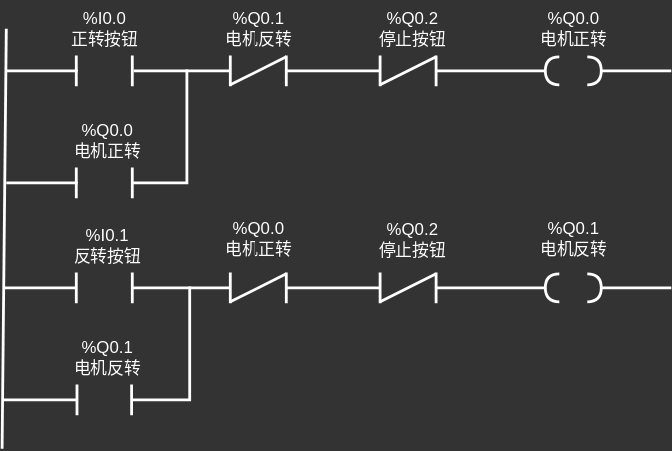
Earlier version of the draw.io export drawio/ZhengFanZhuan.svg (Stolorzs/Picgo). Source tidied: cells renumbered, new cells last; positions are measured from the earlier drawing's top-left corner, leaving out a move shared by most shapes.
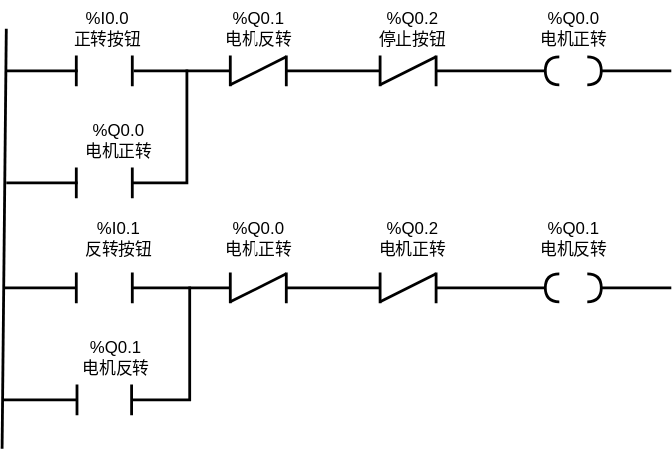
Later version of the same file.

Diff of the diagram source:
```diff
@@ -1,157 +1,157 @@
-<mxGraphModel background="#333333">
+<mxGraphModel background="#FFFFFF">
   <root>
     <mxCell id="0" />
     <mxCell id="1" parent="0" />
-    <mxCell id="2" style="shape=partialRectangle;whiteSpace=wrap;html=1;bottom=0;top=0;fillColor=none;strokeWidth=2;strokeColor=#FFFFFF;fontColor=#FFFFFF;" parent="1" vertex="1">
+    <mxCell id="2" style="shape=partialRectangle;whiteSpace=wrap;html=1;bottom=0;top=0;fillColor=none;strokeWidth=2;" parent="1" vertex="1">
       <mxGeometry x="53" y="40" width="40" height="20" as="geometry" />
     </mxCell>
-    <mxCell id="3" style="line;strokeWidth=2;html=1;strokeColor=#FFFFFF;fontColor=#FFFFFF;" parent="1" vertex="1">
+    <mxCell id="3" style="line;strokeWidth=2;html=1;" parent="1" vertex="1">
       <mxGeometry x="3" y="45" width="51" height="10" as="geometry" />
     </mxCell>
-    <mxCell id="4" value="&lt;div&gt;%I0.0&lt;/div&gt;正转按钮" style="text;html=1;align=center;verticalAlign=middle;strokeColor=none;fillColor=none;fontColor=#FFFFFF;" parent="1" vertex="1">
-      <mxGeometry x="38" width="70" height="40" as="geometry" />
+    <mxCell id="4" value="&lt;div&gt;%I0.0&lt;/div&gt;正转按钮" style="text;html=1;align=center;verticalAlign=middle;strokeColor=none;fillColor=none;" parent="1" vertex="1">
+      <mxGeometry x="40" width="70" height="40" as="geometry" />
     </mxCell>
-    <mxCell id="5" style="group;strokeColor=none;fontColor=#FFFFFF;" parent="1" vertex="1">
+    <mxCell id="5" style="group;" parent="1" vertex="1">
       <mxGeometry x="163" y="40" width="40" height="20" as="geometry" />
     </mxCell>
-    <mxCell id="6" style="shape=partialRectangle;whiteSpace=wrap;html=1;bottom=0;top=0;fillColor=none;strokeWidth=2;strokeColor=#FFFFFF;fontColor=#FFFFFF;" parent="5" vertex="1">
+    <mxCell id="6" style="shape=partialRectangle;whiteSpace=wrap;html=1;bottom=0;top=0;fillColor=none;strokeWidth=2;" parent="5" vertex="1">
       <mxGeometry width="40" height="20" as="geometry" />
     </mxCell>
-    <mxCell id="7" style="endArrow=none;html=1;rounded=0;strokeWidth=2;entryX=1;entryY=0;entryDx=0;entryDy=0;strokeColor=#FFFFFF;fontColor=#FFFFFF;" parent="5" edge="1" target="6">
+    <mxCell id="7" style="endArrow=none;html=1;rounded=0;strokeWidth=2;entryX=1;entryY=0;entryDx=0;entryDy=0;" parent="5" edge="1" target="6">
       <mxGeometry relative="1" as="geometry">
         <mxPoint y="20" as="sourcePoint" />
       </mxGeometry>
     </mxCell>
-    <mxCell id="8" style="line;strokeWidth=2;html=1;strokeColor=#FFFFFF;fontColor=#FFFFFF;" parent="1" vertex="1">
+    <mxCell id="8" style="line;strokeWidth=2;html=1;" parent="1" vertex="1">
       <mxGeometry x="94" y="45" width="69" height="10" as="geometry" />
     </mxCell>
-    <mxCell id="9" value="&lt;div&gt;%Q0.1&lt;/div&gt;电机反转" style="text;html=1;align=center;verticalAlign=middle;strokeColor=none;fillColor=none;fontColor=#FFFFFF;" parent="1" vertex="1">
+    <mxCell id="9" value="&lt;div&gt;%Q0.1&lt;/div&gt;电机反转" style="text;html=1;align=center;verticalAlign=middle;strokeColor=none;fillColor=none;" parent="1" vertex="1">
       <mxGeometry x="148" width="70" height="40" as="geometry" />
     </mxCell>
-    <mxCell id="10" style="line;strokeWidth=2;html=1;strokeColor=#FFFFFF;fontColor=#FFFFFF;" parent="1" vertex="1">
+    <mxCell id="10" style="line;strokeWidth=2;html=1;" parent="1" vertex="1">
       <mxGeometry x="203" y="45" width="67" height="10" as="geometry" />
     </mxCell>
-    <mxCell id="11" style="endArrow=none;html=1;rounded=0;strokeWidth=2;strokeColor=#FFFFFF;fontColor=#FFFFFF;" parent="1" edge="1">
+    <mxCell id="11" style="endArrow=none;html=1;rounded=0;strokeWidth=2;" parent="1" edge="1">
       <mxGeometry relative="1" as="geometry">
         <mxPoint y="320" as="sourcePoint" />
         <mxPoint x="3" y="20" as="targetPoint" />
       </mxGeometry>
     </mxCell>
-    <mxCell id="12" style="group;strokeColor=none;fontColor=#FFFFFF;" parent="1" vertex="1">
+    <mxCell id="12" style="group;" parent="1" vertex="1">
       <mxGeometry x="270" y="40" width="40" height="20" as="geometry" />
     </mxCell>
-    <mxCell id="13" style="shape=partialRectangle;whiteSpace=wrap;html=1;bottom=0;top=0;fillColor=none;strokeWidth=2;strokeColor=#FFFFFF;fontColor=#FFFFFF;" parent="12" vertex="1">
+    <mxCell id="13" style="shape=partialRectangle;whiteSpace=wrap;html=1;bottom=0;top=0;fillColor=none;strokeWidth=2;" parent="12" vertex="1">
       <mxGeometry width="40" height="20" as="geometry" />
     </mxCell>
-    <mxCell id="14" style="endArrow=none;html=1;rounded=0;strokeWidth=2;entryX=1;entryY=0;entryDx=0;entryDy=0;strokeColor=#FFFFFF;fontColor=#FFFFFF;" parent="12" edge="1" target="13">
+    <mxCell id="14" style="endArrow=none;html=1;rounded=0;strokeWidth=2;entryX=1;entryY=0;entryDx=0;entryDy=0;" parent="12" edge="1" target="13">
       <mxGeometry relative="1" as="geometry">
         <mxPoint y="20" as="sourcePoint" />
       </mxGeometry>
     </mxCell>
-    <mxCell id="15" style="line;strokeWidth=2;html=1;strokeColor=#FFFFFF;fontColor=#FFFFFF;" parent="1" vertex="1">
+    <mxCell id="15" style="line;strokeWidth=2;html=1;" parent="1" vertex="1">
       <mxGeometry x="310" y="45" width="78" height="10" as="geometry" />
     </mxCell>
-    <mxCell id="16" value="&lt;div&gt;%Q0.2&lt;/div&gt;停止按钮" style="text;html=1;align=center;verticalAlign=middle;strokeColor=none;fillColor=none;fontColor=#FFFFFF;" parent="1" vertex="1">
+    <mxCell id="16" value="&lt;div&gt;%Q0.2&lt;/div&gt;停止按钮" style="text;html=1;align=center;verticalAlign=middle;strokeColor=none;fillColor=none;" parent="1" vertex="1">
       <mxGeometry x="258" width="70" height="40" as="geometry" />
     </mxCell>
-    <mxCell id="17" value="&lt;div&gt;%Q0.0&lt;/div&gt;电机正转" style="text;html=1;align=center;verticalAlign=middle;strokeColor=none;fillColor=none;fontColor=#FFFFFF;" parent="1" vertex="1">
+    <mxCell id="17" value="&lt;div&gt;%Q0.0&lt;/div&gt;电机正转" style="text;html=1;align=center;verticalAlign=middle;strokeColor=none;fillColor=none;" parent="1" vertex="1">
       <mxGeometry x="373" width="70" height="40" as="geometry" />
     </mxCell>
-    <mxCell id="18" style="group;strokeColor=none;fontColor=#FFFFFF;" parent="1" vertex="1">
+    <mxCell id="18" style="group;" parent="1" vertex="1">
       <mxGeometry x="388" y="195" width="40" height="20" as="geometry" />
     </mxCell>
-    <mxCell id="19" style="shape=requiredInterface;html=1;verticalLabelPosition=bottom;sketch=0;strokeWidth=2;fillColor=none;strokeColor=#FFFFFF;fontColor=#FFFFFF;" parent="18" vertex="1">
+    <mxCell id="19" style="shape=requiredInterface;html=1;verticalLabelPosition=bottom;sketch=0;strokeWidth=2;fillColor=none;" parent="18" vertex="1">
       <mxGeometry x="30" width="10" height="20" as="geometry" />
     </mxCell>
-    <mxCell id="20" style="shape=requiredInterface;html=1;verticalLabelPosition=bottom;sketch=0;strokeWidth=2;rotation=-180;fillColor=none;strokeColor=#FFFFFF;fontColor=#FFFFFF;" parent="18" vertex="1">
+    <mxCell id="20" style="shape=requiredInterface;html=1;verticalLabelPosition=bottom;sketch=0;strokeWidth=2;rotation=-180;fillColor=none;" parent="18" vertex="1">
       <mxGeometry width="10" height="20" as="geometry" />
     </mxCell>
-    <mxCell id="21" style="line;strokeWidth=2;html=1;strokeColor=#FFFFFF;fontColor=#FFFFFF;" parent="1" vertex="1">
+    <mxCell id="21" style="line;strokeWidth=2;html=1;" parent="1" vertex="1">
       <mxGeometry x="428" y="45" width="50" height="10" as="geometry" />
     </mxCell>
-    <mxCell id="22" style="line;strokeWidth=2;html=1;strokeColor=#FFFFFF;fontColor=#FFFFFF;" parent="1" vertex="1">
+    <mxCell id="22" style="line;strokeWidth=2;html=1;" parent="1" vertex="1">
       <mxGeometry x="3" y="125" width="51" height="10" as="geometry" />
     </mxCell>
-    <mxCell id="23" style="shape=partialRectangle;whiteSpace=wrap;html=1;bottom=0;top=0;fillColor=none;strokeWidth=2;strokeColor=#FFFFFF;fontColor=#FFFFFF;" parent="1" vertex="1">
+    <mxCell id="23" style="shape=partialRectangle;whiteSpace=wrap;html=1;bottom=0;top=0;fillColor=none;strokeWidth=2;" parent="1" vertex="1">
       <mxGeometry x="53" y="120" width="40" height="20" as="geometry" />
     </mxCell>
-    <mxCell id="24" value="&lt;div&gt;%Q0.0&lt;/div&gt;电机正转" style="text;html=1;align=center;verticalAlign=middle;strokeColor=none;fillColor=none;fontColor=#FFFFFF;" parent="1" vertex="1">
-      <mxGeometry x="40" y="80" width="70" height="40" as="geometry" />
+    <mxCell id="24" value="&lt;div&gt;%Q0.0&lt;/div&gt;电机正转" style="text;html=1;align=center;verticalAlign=middle;strokeColor=none;fillColor=none;" parent="1" vertex="1">
+      <mxGeometry x="48" y="80" width="70" height="40" as="geometry" />
     </mxCell>
-    <mxCell id="25" style="shape=partialRectangle;whiteSpace=wrap;html=1;top=0;left=0;fillColor=none;strokeWidth=2;strokeColor=#FFFFFF;fontColor=#FFFFFF;" parent="1" vertex="1">
+    <mxCell id="25" style="shape=partialRectangle;whiteSpace=wrap;html=1;top=0;left=0;fillColor=none;strokeWidth=2;" parent="1" vertex="1">
       <mxGeometry x="94" y="50" width="38" height="80" as="geometry" />
     </mxCell>
-    <mxCell id="26" style="shape=partialRectangle;whiteSpace=wrap;html=1;bottom=0;top=0;fillColor=none;strokeWidth=2;strokeColor=#FFFFFF;fontColor=#FFFFFF;" parent="1" vertex="1">
+    <mxCell id="26" style="shape=partialRectangle;whiteSpace=wrap;html=1;bottom=0;top=0;fillColor=none;strokeWidth=2;" parent="1" vertex="1">
       <mxGeometry x="53" y="195" width="40" height="20" as="geometry" />
     </mxCell>
-    <mxCell id="27" style="line;strokeWidth=2;html=1;strokeColor=#FFFFFF;fontColor=#FFFFFF;" parent="1" vertex="1">
+    <mxCell id="27" style="line;strokeWidth=2;html=1;" parent="1" vertex="1">
       <mxGeometry x="2" y="200" width="51" height="10" as="geometry" />
     </mxCell>
-    <mxCell id="28" value="&lt;div&gt;%I0.1&lt;/div&gt;反转按钮" style="text;html=1;align=center;verticalAlign=middle;strokeColor=none;fillColor=none;fontColor=#FFFFFF;" parent="1" vertex="1">
-      <mxGeometry x="40" y="155" width="70" height="40" as="geometry" />
+    <mxCell id="28" value="&lt;div&gt;%I0.1&lt;/div&gt;反转按钮" style="text;html=1;align=center;verticalAlign=middle;strokeColor=none;fillColor=none;" parent="1" vertex="1">
+      <mxGeometry x="48" y="150" width="70" height="40" as="geometry" />
     </mxCell>
-    <mxCell id="29" style="line;strokeWidth=2;html=1;strokeColor=#FFFFFF;fontColor=#FFFFFF;" parent="1" vertex="1">
+    <mxCell id="29" style="line;strokeWidth=2;html=1;" parent="1" vertex="1">
       <mxGeometry x="93" y="200" width="70" height="10" as="geometry" />
     </mxCell>
-    <mxCell id="30" style="group;strokeColor=none;fontColor=#FFFFFF;" parent="1" vertex="1">
+    <mxCell id="30" style="group;" parent="1" vertex="1">
       <mxGeometry x="163" y="195" width="40" height="20" as="geometry" />
     </mxCell>
-    <mxCell id="31" style="shape=partialRectangle;whiteSpace=wrap;html=1;bottom=0;top=0;fillColor=none;strokeWidth=2;strokeColor=#FFFFFF;fontColor=#FFFFFF;" parent="30" vertex="1">
+    <mxCell id="31" style="shape=partialRectangle;whiteSpace=wrap;html=1;bottom=0;top=0;fillColor=none;strokeWidth=2;" parent="30" vertex="1">
       <mxGeometry width="40" height="20" as="geometry" />
     </mxCell>
-    <mxCell id="32" style="endArrow=none;html=1;rounded=0;strokeWidth=2;entryX=1;entryY=0;entryDx=0;entryDy=0;strokeColor=#FFFFFF;fontColor=#FFFFFF;" parent="30" edge="1" target="31">
+    <mxCell id="32" style="endArrow=none;html=1;rounded=0;strokeWidth=2;entryX=1;entryY=0;entryDx=0;entryDy=0;" parent="30" edge="1" target="31">
       <mxGeometry relative="1" as="geometry">
         <mxPoint y="20" as="sourcePoint" />
       </mxGeometry>
     </mxCell>
-    <mxCell id="33" value="&lt;div&gt;%Q0.0&lt;/div&gt;电机正转" style="text;html=1;align=center;verticalAlign=middle;strokeColor=none;fillColor=none;fontColor=#FFFFFF;" parent="1" vertex="1">
+    <mxCell id="33" value="&lt;div&gt;%Q0.0&lt;/div&gt;电机正转" style="text;html=1;align=center;verticalAlign=middle;strokeColor=none;fillColor=none;" parent="1" vertex="1">
       <mxGeometry x="148" y="150" width="70" height="40" as="geometry" />
     </mxCell>
-    <mxCell id="34" value="&lt;div&gt;%Q0.2&lt;/div&gt;停止按钮" style="text;html=1;align=center;verticalAlign=middle;strokeColor=none;fillColor=none;fontColor=#FFFFFF;" parent="1" vertex="1">
-      <mxGeometry x="260" y="150" width="66" height="41" as="geometry" />
+    <mxCell id="34" value="&lt;div&gt;%Q0.2&lt;/div&gt;电机正转" style="text;html=1;align=center;verticalAlign=middle;strokeColor=none;fillColor=none;" parent="1" vertex="1">
+      <mxGeometry x="258" y="150" width="70" height="40" as="geometry" />
     </mxCell>
-    <mxCell id="35" style="line;strokeWidth=2;html=1;strokeColor=#FFFFFF;fontColor=#FFFFFF;" parent="1" vertex="1">
+    <mxCell id="35" style="line;strokeWidth=2;html=1;" parent="1" vertex="1">
       <mxGeometry x="203" y="200" width="67" height="10" as="geometry" />
     </mxCell>
-    <mxCell id="36" style="group;strokeColor=none;fontColor=#FFFFFF;" parent="1" vertex="1">
+    <mxCell id="36" style="group;" parent="1" vertex="1">
       <mxGeometry x="270" y="195" width="40" height="20" as="geometry" />
     </mxCell>
-    <mxCell id="37" style="shape=partialRectangle;whiteSpace=wrap;html=1;bottom=0;top=0;fillColor=none;strokeWidth=2;strokeColor=#FFFFFF;fontColor=#FFFFFF;" parent="36" vertex="1">
+    <mxCell id="37" style="shape=partialRectangle;whiteSpace=wrap;html=1;bottom=0;top=0;fillColor=none;strokeWidth=2;" parent="36" vertex="1">
       <mxGeometry width="40" height="20" as="geometry" />
     </mxCell>
-    <mxCell id="38" style="endArrow=none;html=1;rounded=0;strokeWidth=2;entryX=1;entryY=0;entryDx=0;entryDy=0;strokeColor=#FFFFFF;fontColor=#FFFFFF;" parent="36" edge="1" target="37">
+    <mxCell id="38" style="endArrow=none;html=1;rounded=0;strokeWidth=2;entryX=1;entryY=0;entryDx=0;entryDy=0;" parent="36" edge="1" target="37">
       <mxGeometry relative="1" as="geometry">
         <mxPoint y="20" as="sourcePoint" />
       </mxGeometry>
     </mxCell>
-    <mxCell id="39" style="group;strokeColor=none;fontColor=#FFFFFF;" parent="1" vertex="1">
+    <mxCell id="39" style="group;" parent="1" vertex="1">
       <mxGeometry x="388" y="40" width="40" height="20" as="geometry" />
     </mxCell>
-    <mxCell id="40" style="shape=requiredInterface;html=1;verticalLabelPosition=bottom;sketch=0;strokeWidth=2;fillColor=none;strokeColor=#FFFFFF;fontColor=#FFFFFF;" parent="39" vertex="1">
+    <mxCell id="40" style="shape=requiredInterface;html=1;verticalLabelPosition=bottom;sketch=0;strokeWidth=2;fillColor=none;" parent="39" vertex="1">
       <mxGeometry x="30" width="10" height="20" as="geometry" />
     </mxCell>
-    <mxCell id="41" style="shape=requiredInterface;html=1;verticalLabelPosition=bottom;sketch=0;strokeWidth=2;rotation=-180;fillColor=none;strokeColor=#FFFFFF;fontColor=#FFFFFF;" parent="39" vertex="1">
+    <mxCell id="41" style="shape=requiredInterface;html=1;verticalLabelPosition=bottom;sketch=0;strokeWidth=2;rotation=-180;fillColor=none;" parent="39" vertex="1">
       <mxGeometry width="10" height="20" as="geometry" />
     </mxCell>
-    <mxCell id="42" style="line;strokeWidth=2;html=1;strokeColor=#FFFFFF;fontColor=#FFFFFF;" parent="1" vertex="1">
+    <mxCell id="42" style="line;strokeWidth=2;html=1;" parent="1" vertex="1">
       <mxGeometry x="310" y="200" width="78" height="10" as="geometry" />
     </mxCell>
-    <mxCell id="43" style="line;strokeWidth=2;html=1;strokeColor=#FFFFFF;fontColor=#FFFFFF;" parent="1" vertex="1">
+    <mxCell id="43" style="line;strokeWidth=2;html=1;" parent="1" vertex="1">
       <mxGeometry x="428" y="200" width="50" height="10" as="geometry" />
     </mxCell>
-    <mxCell id="44" value="&lt;div&gt;%Q0.1&lt;/div&gt;电机反转" style="text;html=1;align=center;verticalAlign=middle;strokeColor=none;fillColor=none;fontColor=#FFFFFF;" parent="1" vertex="1">
+    <mxCell id="44" value="&lt;div&gt;%Q0.1&lt;/div&gt;电机反转" style="text;html=1;align=center;verticalAlign=middle;strokeColor=none;fillColor=none;" parent="1" vertex="1">
       <mxGeometry x="373" y="150" width="70" height="40" as="geometry" />
     </mxCell>
-    <mxCell id="45" style="line;strokeWidth=2;html=1;strokeColor=#FFFFFF;fontColor=#FFFFFF;" parent="1" vertex="1">
+    <mxCell id="45" style="line;strokeWidth=2;html=1;" parent="1" vertex="1">
       <mxGeometry x="1" y="280" width="53" height="10" as="geometry" />
     </mxCell>
-    <mxCell id="46" style="shape=partialRectangle;whiteSpace=wrap;html=1;bottom=0;top=0;fillColor=none;strokeWidth=2;strokeColor=#FFFFFF;fontColor=#FFFFFF;" parent="1" vertex="1">
+    <mxCell id="46" style="shape=partialRectangle;whiteSpace=wrap;html=1;bottom=0;top=0;fillColor=none;strokeWidth=2;" parent="1" vertex="1">
       <mxGeometry x="53.5" y="275" width="39" height="20" as="geometry" />
     </mxCell>
-    <mxCell id="47" value="&lt;div&gt;%Q0.1&lt;/div&gt;电机反转" style="text;html=1;align=center;verticalAlign=middle;strokeColor=none;fillColor=none;fontColor=#FFFFFF;" parent="1" vertex="1">
-      <mxGeometry x="40" y="235" width="70" height="40" as="geometry" />
+    <mxCell id="47" value="&lt;div&gt;%Q0.1&lt;/div&gt;电机反转" style="text;html=1;align=center;verticalAlign=middle;strokeColor=none;fillColor=none;" parent="1" vertex="1">
+      <mxGeometry x="46" y="235" width="70" height="40" as="geometry" />
     </mxCell>
-    <mxCell id="48" style="shape=partialRectangle;whiteSpace=wrap;html=1;top=0;left=0;fillColor=none;strokeWidth=2;strokeColor=#FFFFFF;fontColor=#FFFFFF;" parent="1" vertex="1">
+    <mxCell id="48" style="shape=partialRectangle;whiteSpace=wrap;html=1;top=0;left=0;fillColor=none;strokeWidth=2;" parent="1" vertex="1">
       <mxGeometry x="94" y="205" width="40" height="80" as="geometry" />
     </mxCell>
   </root>
```
